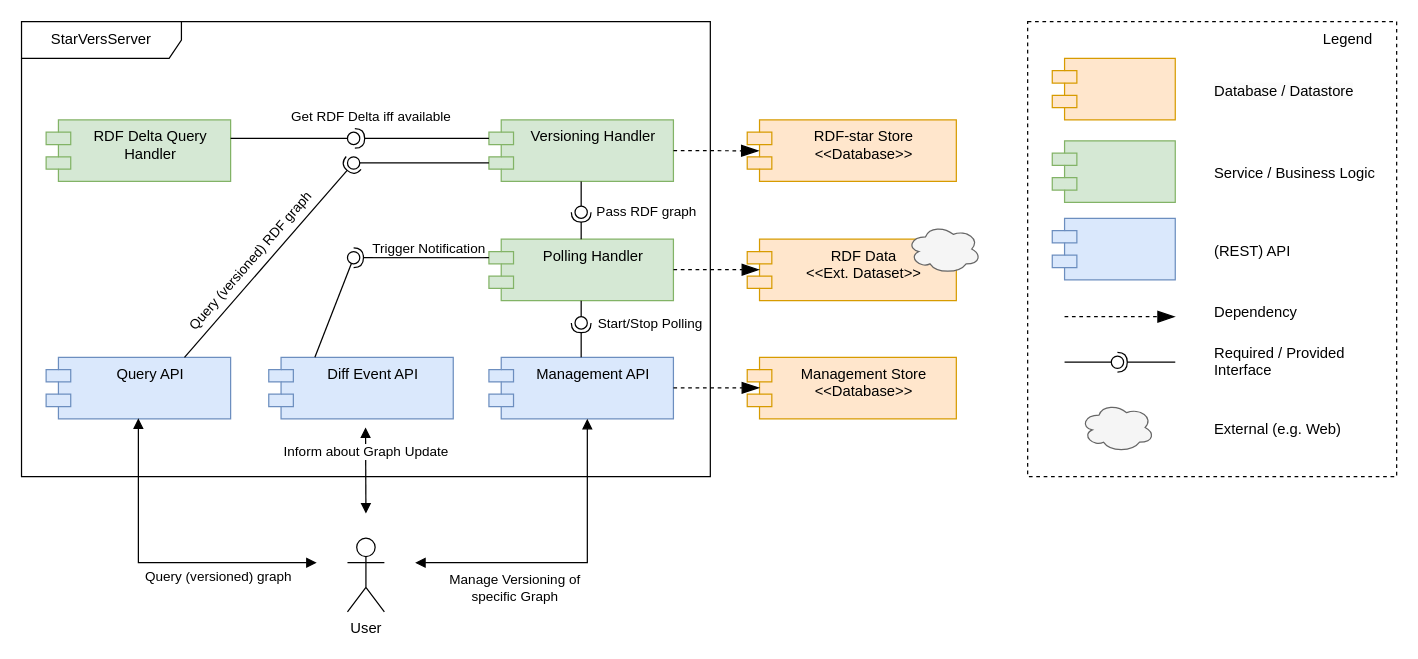
The draw.io diagram assets/ComponentDiagram_Design.drawio in GreenfishK/starvers, before the edit. Source tidied: cells renumbered, new cells numbered last; positions are measured from the earlier drawing's top-left corner, leaving out a move shared by most shapes. Both pictures are drawn from the tidied source at 123%, with x=0, y=0 at pixel (21, 21).
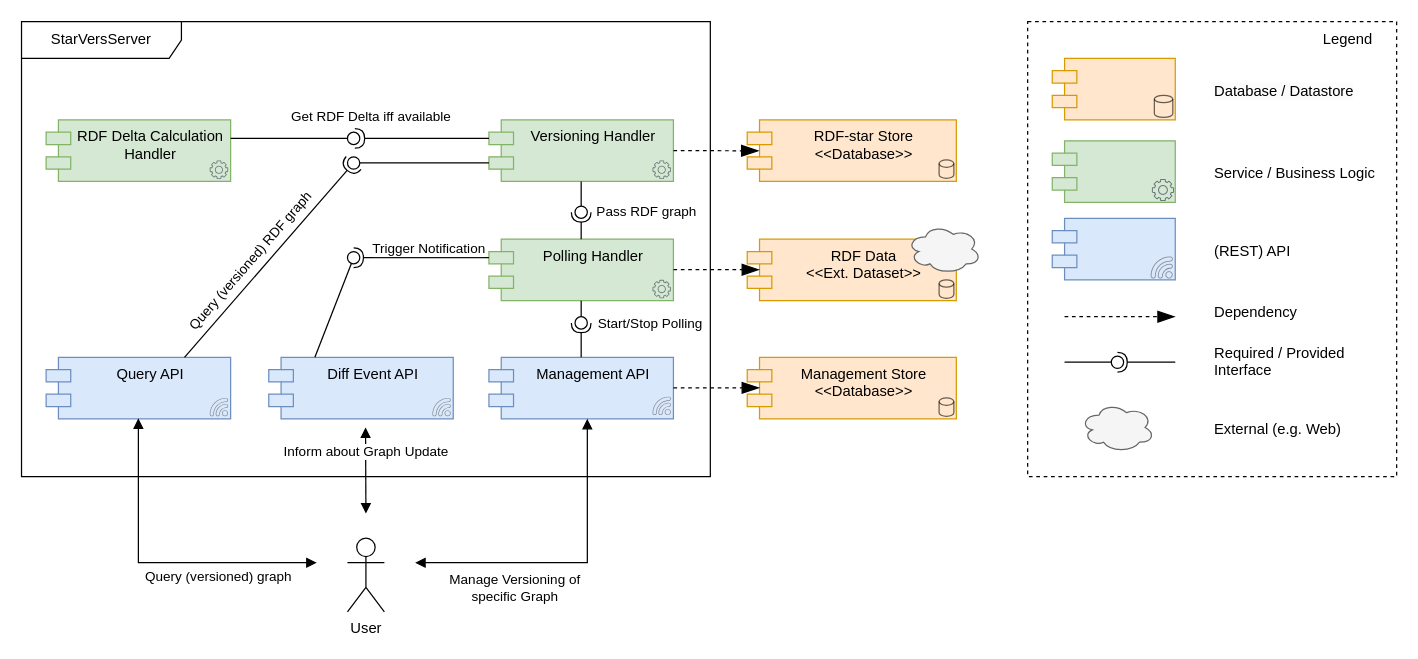
The same diagram, later.

Change to the diagram source:
```diff
@@
-    <mxCell id="12" value="RDF Delta Query Handler" style="shape=module;align=left;spacingLeft=20;align=center;verticalAlign=top;whiteSpace=wrap;html=1;fillColor=#d5e8d4;strokeColor=#82b366;" parent="1" vertex="1">
+    <mxCell id="12" value="RDF Delta Calculation Handler" style="shape=module;align=left;spacingLeft=20;align=center;verticalAlign=top;whiteSpace=wrap;html=1;fillColor=#d5e8d4;strokeColor=#82b366;" parent="1" vertex="1">
       <mxGeometry x="20" y="80" width="150" height="50" as="geometry" />
     </mxCell>
@@
+    <mxCell id="60" style="sketch=0;fontColor=#232F3E;gradientColor=none;fillColor=#232F3D;strokeColor=none;dashed=0;verticalLabelPosition=bottom;verticalAlign=top;align=center;html=1;fontSize=12;fontStyle=0;shape=mxgraph.aws4.gear;opacity=60;" parent="1" vertex="1">
+      <mxGeometry x="919" y="128" width="18" height="18" as="geometry" />
+    </mxCell>
+    <mxCell id="61" style="sketch=0;fontColor=#232F3E;gradientColor=none;fillColor=#232F3D;strokeColor=none;dashed=0;verticalLabelPosition=bottom;verticalAlign=top;align=center;html=1;fontSize=12;fontStyle=0;shape=mxgraph.aws4.gear;opacity=60;" parent="1" vertex="1">
+      <mxGeometry x="153" y="113" width="15" height="15" as="geometry" />
+    </mxCell>
+    <mxCell id="62" style="sketch=0;fontColor=#232F3E;gradientColor=none;fillColor=#232F3D;strokeColor=none;dashed=0;verticalLabelPosition=bottom;verticalAlign=top;align=center;html=1;fontSize=12;fontStyle=0;shape=mxgraph.aws4.gear;opacity=60;" parent="1" vertex="1">
+      <mxGeometry x="513" y="113" width="15" height="15" as="geometry" />
+    </mxCell>
+    <mxCell id="63" style="sketch=0;fontColor=#232F3E;gradientColor=none;fillColor=#232F3D;strokeColor=none;dashed=0;verticalLabelPosition=bottom;verticalAlign=top;align=center;html=1;fontSize=12;fontStyle=0;shape=mxgraph.aws4.gear;opacity=60;" parent="1" vertex="1">
+      <mxGeometry x="513" y="210" width="15" height="15" as="geometry" />
+    </mxCell>
+    <mxCell id="64" style="sketch=0;shadow=0;dashed=0;html=1;strokeColor=none;fillColor=#434445;labelPosition=center;verticalLabelPosition=bottom;verticalAlign=top;align=center;shape=mxgraph.vvd.wi_fi;opacity=60;direction=north;" parent="1" vertex="1">
+      <mxGeometry x="153" y="306" width="15" height="15" as="geometry" />
+    </mxCell>
+    <mxCell id="65" style="sketch=0;shadow=0;dashed=0;html=1;strokeColor=none;fillColor=#434445;labelPosition=center;verticalLabelPosition=bottom;verticalAlign=top;align=center;shape=mxgraph.vvd.wi_fi;opacity=60;direction=north;" parent="1" vertex="1">
+      <mxGeometry x="334" y="306" width="15" height="15" as="geometry" />
+    </mxCell>
+    <mxCell id="66" style="sketch=0;shadow=0;dashed=0;html=1;strokeColor=none;fillColor=#434445;labelPosition=center;verticalLabelPosition=bottom;verticalAlign=top;align=center;shape=mxgraph.vvd.wi_fi;opacity=60;direction=north;" parent="1" vertex="1">
+      <mxGeometry x="513" y="305" width="15" height="15" as="geometry" />
+    </mxCell>
+    <mxCell id="67" style="sketch=0;shadow=0;dashed=0;html=1;strokeColor=none;fillColor=#434445;labelPosition=center;verticalLabelPosition=bottom;verticalAlign=top;align=center;shape=mxgraph.vvd.wi_fi;opacity=60;direction=north;" parent="1" vertex="1">
+      <mxGeometry x="918" y="191" width="18" height="18" as="geometry" />
+    </mxCell>
+    <mxCell id="68" style="shape=cylinder3;whiteSpace=wrap;html=1;boundedLbl=1;backgroundOutline=1;size=3;fillColor=none;opacity=60;" parent="1" vertex="1">
+      <mxGeometry x="746" y="112.5" width="12" height="15" as="geometry" />
+    </mxCell>
+    <mxCell id="69" style="shape=cylinder3;whiteSpace=wrap;html=1;boundedLbl=1;backgroundOutline=1;size=3;fillColor=none;opacity=60;" parent="1" vertex="1">
+      <mxGeometry x="746" y="210" width="12" height="15" as="geometry" />
+    </mxCell>
+    <mxCell id="70" style="shape=cylinder3;whiteSpace=wrap;html=1;boundedLbl=1;backgroundOutline=1;size=3;fillColor=none;opacity=60;" parent="1" vertex="1">
+      <mxGeometry x="746" y="306" width="12" height="15" as="geometry" />
+    </mxCell>
+    <mxCell id="71" style="shape=cylinder3;whiteSpace=wrap;html=1;boundedLbl=1;backgroundOutline=1;size=3;fillColor=none;opacity=60;" parent="1" vertex="1">
+      <mxGeometry x="921" y="60" width="15" height="18" as="geometry" />
+    </mxCell>
```
